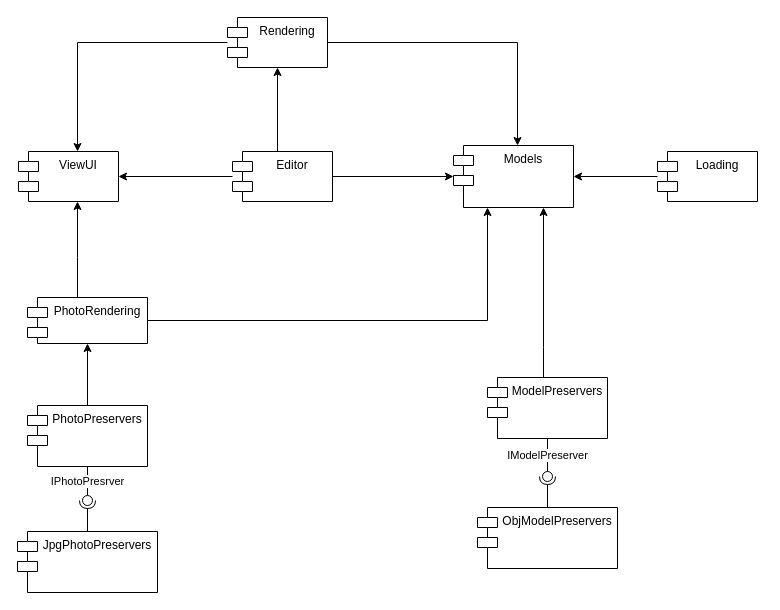
SheinEA/gb_architect keeps this draw.io diagram as page "Interfaces" (3 of 3) of module_2/Components.drawio. Above is the earlier version. Source tidied: cells renumbered, new cells numbered last; positions are measured from the earlier drawing's top-left corner, leaving out a move shared by most shapes. Both pictures are drawn from the tidied source at 100%, with x=0, y=0 at pixel (17, 17).
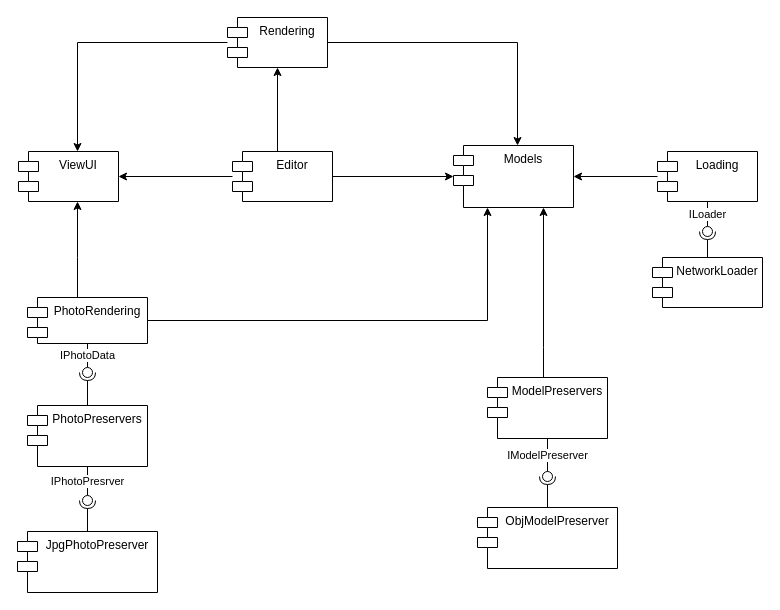
Above is the later version.

The change refers to these unchanged cells:
```xml
<mxCell id="3" value="Loading" style="shape=module;align=left;spacingLeft=20;align=center;verticalAlign=top;" parent="1" vertex="1">
  <mxGeometry x="640" y="134" width="100" height="50" as="geometry" />
</mxCell>
<mxCell id="14" value="PhotoRendering" style="shape=module;align=left;spacingLeft=20;align=center;verticalAlign=top;" parent="1" vertex="1">
  <mxGeometry x="10" y="280" width="120" height="46" as="geometry" />
</mxCell>
<mxCell id="19" value="PhotoPreservers" style="shape=module;align=left;spacingLeft=20;align=center;verticalAlign=top;" parent="1" vertex="1">
  <mxGeometry x="10" y="388" width="120" height="61" as="geometry" />
</mxCell>
```

Change to the diagram source:
```diff
@@
-    <mxCell id="18" style="edgeStyle=orthogonalEdgeStyle;rounded=0;jettySize=auto;html=1;" parent="1" edge="1" source="19" target="14">
-      <mxGeometry relative="1" as="geometry" />
-    </mxCell>
@@
-    <mxCell id="23" value="JpgPhotoPreservers" style="shape=module;align=left;spacingLeft=20;align=center;verticalAlign=top;" parent="1" vertex="1">
+    <mxCell id="23" value="JpgPhotoPreserver" style="shape=module;align=left;spacingLeft=20;align=center;verticalAlign=top;" parent="1" vertex="1">
       <mxGeometry y="514" width="140" height="61" as="geometry" />
     </mxCell>
@@
-    <mxCell id="27" value="ObjModelPreservers" style="shape=module;align=left;spacingLeft=20;align=center;verticalAlign=top;" parent="1" vertex="1">
+    <mxCell id="27" value="ObjModelPreserver" style="shape=module;align=left;spacingLeft=20;align=center;verticalAlign=top;" parent="1" vertex="1">
       <mxGeometry x="460" y="490" width="140" height="61" as="geometry" />
     </mxCell>
+    <mxCell id="28" value="IPhotoData" style="rounded=0;jettySize=auto;html=1;endArrow=none;endFill=0;" parent="1" edge="1" source="14" target="30">
+      <mxGeometry relative="1" as="geometry" />
+    </mxCell>
+    <mxCell id="29" style="rounded=0;jettySize=auto;html=1;endArrow=halfCircle;endFill=0;entryX=0.5;entryY=0.5;entryDx=0;entryDy=0;endSize=6;strokeWidth=1;" parent="1" edge="1" source="19" target="30">
+      <mxGeometry relative="1" as="geometry" />
+    </mxCell>
+    <mxCell id="30" style="ellipse;whiteSpace=wrap;html=1;fontFamily=Helvetica;fontSize=12;fontColor=#000000;align=center;strokeColor=#000000;fillColor=#ffffff;points=[];" parent="1" vertex="1">
+      <mxGeometry x="65" y="350" width="10" height="10" as="geometry" />
+    </mxCell>
+    <mxCell id="31" value="ILoader" style="rounded=0;jettySize=auto;html=1;endArrow=none;endFill=0;" parent="1" edge="1" source="3" target="33">
+      <mxGeometry relative="1" as="geometry" />
+    </mxCell>
+    <mxCell id="32" style="rounded=0;jettySize=auto;html=1;endArrow=halfCircle;endFill=0;entryX=0.5;entryY=0.5;entryDx=0;entryDy=0;endSize=6;strokeWidth=1;" parent="1" edge="1" source="34" target="33">
+      <mxGeometry relative="1" as="geometry" />
+    </mxCell>
+    <mxCell id="33" style="ellipse;whiteSpace=wrap;html=1;fontFamily=Helvetica;fontSize=12;fontColor=#000000;align=center;strokeColor=#000000;fillColor=#ffffff;points=[];" parent="1" vertex="1">
+      <mxGeometry x="685" y="209" width="10" height="10" as="geometry" />
+    </mxCell>
+    <mxCell id="34" value="NetworkLoader" style="shape=module;align=left;spacingLeft=20;align=center;verticalAlign=top;" parent="1" vertex="1">
+      <mxGeometry x="635" y="240" width="110" height="50" as="geometry" />
+    </mxCell>
```
